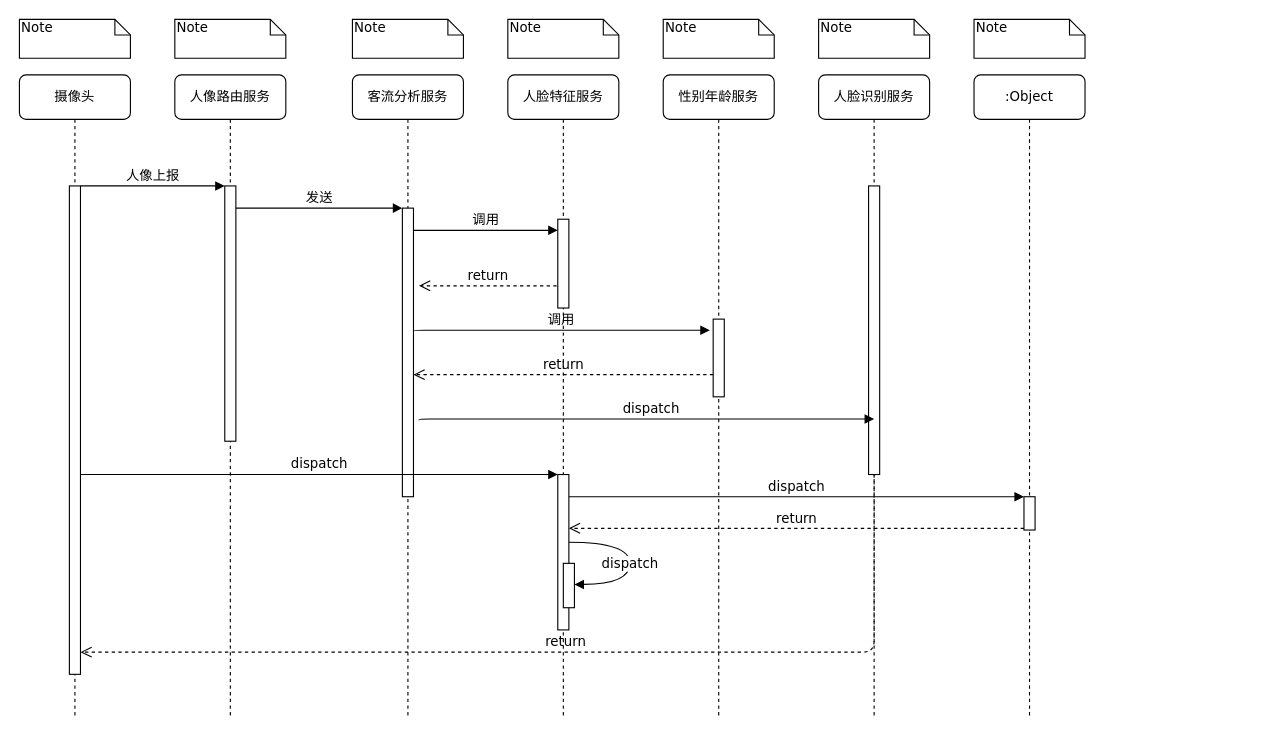
Before: page "客流分析" (1 of 3) of 客流分析.drawio in xiaoxinyi/draw-io, a draw.io diagram. Source tidied: cells renumbered, new cells numbered last; positions are measured from the earlier drawing's top-left corner, leaving out a move shared by most shapes. Both pictures are drawn from the tidied source at 111%, with x=0, y=0 at pixel (19, 19).
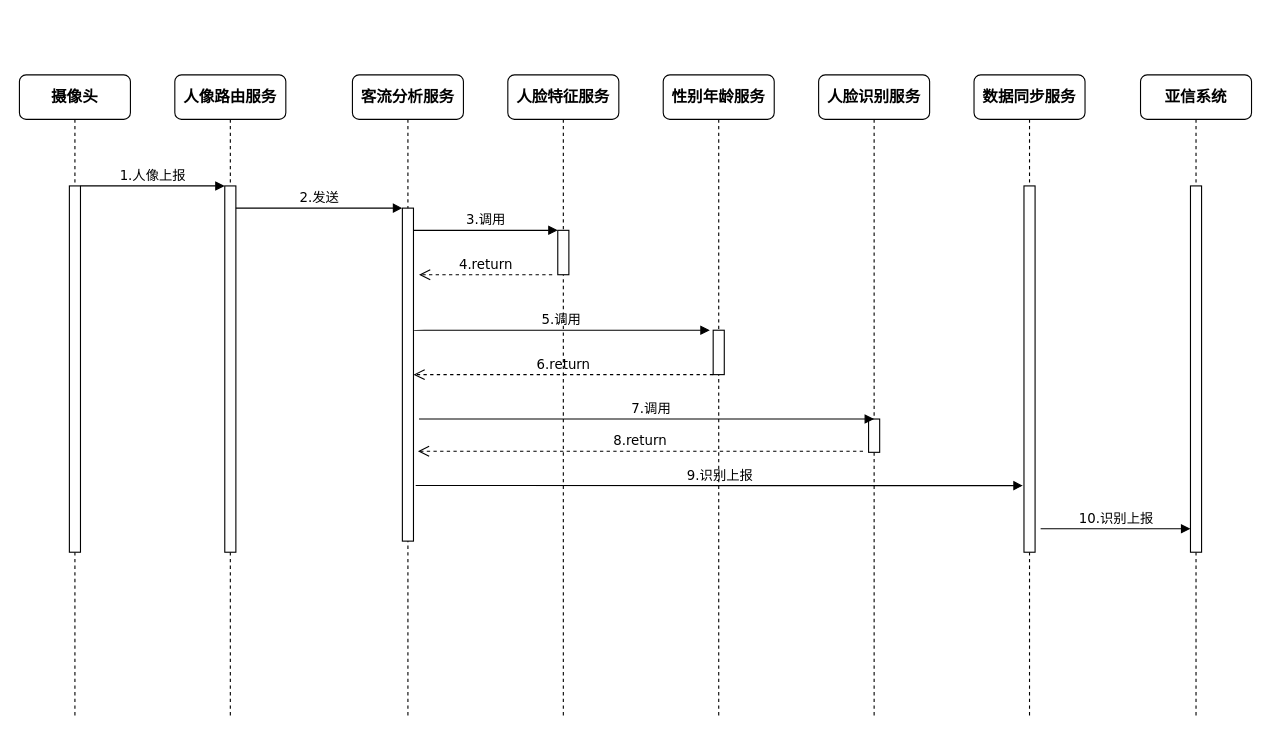
Above is the later version.

The edit, as a diff of the source:
```diff
@@
+    <mxCell id="37" value="&lt;font style=&quot;font-size: 14px&quot;&gt;&lt;b&gt;亚信系统&lt;/b&gt;&lt;/font&gt;" style="shape=umlLifeline;perimeter=lifelinePerimeter;whiteSpace=wrap;html=1;rounded=1;shadow=0;comic=0;labelBackgroundColor=none;strokeColor=#000000;strokeWidth=1;fillColor=#FFFFFF;fontFamily=Verdana;fontSize=12;fontColor=#000000;align=center;" parent="1" vertex="1">
+      <mxGeometry x="1010" y="50" width="100" height="580" as="geometry" />
+    </mxCell>
-    <mxCell id="2" value="人像路由服务" style="shape=umlLifeline;perimeter=lifelinePerimeter;whiteSpace=wrap;html=1;rounded=1;shadow=0;comic=0;labelBackgroundColor=none;strokeColor=#000000;strokeWidth=1;fillColor=#FFFFFF;fontFamily=Verdana;fontSize=12;fontColor=#000000;align=center;" parent="1" vertex="1">
+    <mxCell id="2" value="&lt;b&gt;&lt;font style=&quot;font-size: 14px&quot;&gt;人像路由服务&lt;/font&gt;&lt;/b&gt;" style="shape=umlLifeline;perimeter=lifelinePerimeter;whiteSpace=wrap;html=1;rounded=1;shadow=0;comic=0;labelBackgroundColor=none;strokeColor=#000000;strokeWidth=1;fillColor=#FFFFFF;fontFamily=Verdana;fontSize=12;fontColor=#000000;align=center;" parent="1" vertex="1">
       <mxGeometry x="140" y="50" width="100" height="580" as="geometry" />
     </mxCell>
     <mxCell id="3" style="html=1;points=[];perimeter=orthogonalPerimeter;rounded=0;shadow=0;comic=0;labelBackgroundColor=none;strokeColor=#000000;strokeWidth=1;fillColor=#FFFFFF;fontFamily=Verdana;fontSize=12;fontColor=#000000;align=center;" parent="2" vertex="1">
-      <mxGeometry x="45" y="100" width="10" height="230" as="geometry" />
+      <mxGeometry x="45" y="100" width="10" height="330" as="geometry" />
     </mxCell>
-    <mxCell id="4" value="客流分析服务" style="shape=umlLifeline;perimeter=lifelinePerimeter;whiteSpace=wrap;html=1;rounded=1;shadow=0;comic=0;labelBackgroundColor=none;strokeColor=#000000;strokeWidth=1;fillColor=#FFFFFF;fontFamily=Verdana;fontSize=12;fontColor=#000000;align=center;" parent="1" vertex="1">
+    <mxCell id="4" value="&lt;b&gt;&lt;font style=&quot;font-size: 14px&quot;&gt;客流分析服务&lt;/font&gt;&lt;/b&gt;" style="shape=umlLifeline;perimeter=lifelinePerimeter;whiteSpace=wrap;html=1;rounded=1;shadow=0;comic=0;labelBackgroundColor=none;strokeColor=#000000;strokeWidth=1;fillColor=#FFFFFF;fontFamily=Verdana;fontSize=12;fontColor=#000000;align=center;" parent="1" vertex="1">
       <mxGeometry x="300" y="50" width="100" height="580" as="geometry" />
     </mxCell>
     <mxCell id="5" style="html=1;points=[];perimeter=orthogonalPerimeter;rounded=0;shadow=0;comic=0;labelBackgroundColor=none;strokeColor=#000000;strokeWidth=1;fillColor=#FFFFFF;fontFamily=Verdana;fontSize=12;fontColor=#000000;align=center;" parent="4" vertex="1">
-      <mxGeometry x="45" y="120" width="10" height="260" as="geometry" />
+      <mxGeometry x="45" y="120" width="10" height="300" as="geometry" />
     </mxCell>
-    <mxCell id="6" value="人脸特征服务" style="shape=umlLifeline;perimeter=lifelinePerimeter;whiteSpace=wrap;html=1;rounded=1;shadow=0;comic=0;labelBackgroundColor=none;strokeColor=#000000;strokeWidth=1;fillColor=#FFFFFF;fontFamily=Verdana;fontSize=12;fontColor=#000000;align=center;" parent="1" vertex="1">
+    <mxCell id="6" value="&lt;b&gt;&lt;font style=&quot;font-size: 14px&quot;&gt;人脸特征服务&lt;/font&gt;&lt;/b&gt;" style="shape=umlLifeline;perimeter=lifelinePerimeter;whiteSpace=wrap;html=1;rounded=1;shadow=0;comic=0;labelBackgroundColor=none;strokeColor=#000000;strokeWidth=1;fillColor=#FFFFFF;fontFamily=Verdana;fontSize=12;fontColor=#000000;align=center;" parent="1" vertex="1">
       <mxGeometry x="440" y="50" width="100" height="580" as="geometry" />
     </mxCell>
-    <mxCell id="7" value="性别年龄服务" style="shape=umlLifeline;perimeter=lifelinePerimeter;whiteSpace=wrap;html=1;rounded=1;shadow=0;comic=0;labelBackgroundColor=none;strokeColor=#000000;strokeWidth=1;fillColor=#FFFFFF;fontFamily=Verdana;fontSize=12;fontColor=#000000;align=center;" parent="1" vertex="1">
+    <mxCell id="7" value="&lt;b&gt;&lt;font style=&quot;font-size: 14px&quot;&gt;性别年龄服务&lt;/font&gt;&lt;/b&gt;" style="shape=umlLifeline;perimeter=lifelinePerimeter;whiteSpace=wrap;html=1;rounded=1;shadow=0;comic=0;labelBackgroundColor=none;strokeColor=#000000;strokeWidth=1;fillColor=#FFFFFF;fontFamily=Verdana;fontSize=12;fontColor=#000000;align=center;" parent="1" vertex="1">
       <mxGeometry x="580" y="50" width="100" height="580" as="geometry" />
     </mxCell>
     <mxCell id="8" style="html=1;points=[];perimeter=orthogonalPerimeter;rounded=0;shadow=0;comic=0;labelBackgroundColor=none;strokeColor=#000000;strokeWidth=1;fillColor=#FFFFFF;fontFamily=Verdana;fontSize=12;fontColor=#000000;align=center;" parent="7" vertex="1">
-      <mxGeometry x="45" y="220" width="10" height="70" as="geometry" />
+      <mxGeometry x="45" y="230" width="10" height="40" as="geometry" />
     </mxCell>
-    <mxCell id="9" value="人脸识别服务" style="shape=umlLifeline;perimeter=lifelinePerimeter;whiteSpace=wrap;html=1;rounded=1;shadow=0;comic=0;labelBackgroundColor=none;strokeColor=#000000;strokeWidth=1;fillColor=#FFFFFF;fontFamily=Verdana;fontSize=12;fontColor=#000000;align=center;" parent="1" vertex="1">
+    <mxCell id="9" value="&lt;b&gt;&lt;font style=&quot;font-size: 14px&quot;&gt;人脸识别服务&lt;/font&gt;&lt;/b&gt;" style="shape=umlLifeline;perimeter=lifelinePerimeter;whiteSpace=wrap;html=1;rounded=1;shadow=0;comic=0;labelBackgroundColor=none;strokeColor=#000000;strokeWidth=1;fillColor=#FFFFFF;fontFamily=Verdana;fontSize=12;fontColor=#000000;align=center;" parent="1" vertex="1">
       <mxGeometry x="720" y="50" width="100" height="580" as="geometry" />
     </mxCell>
     <mxCell id="10" style="html=1;points=[];perimeter=orthogonalPerimeter;rounded=0;shadow=0;comic=0;labelBackgroundColor=none;strokeColor=#000000;strokeWidth=1;fillColor=#FFFFFF;fontFamily=Verdana;fontSize=12;fontColor=#000000;align=center;" parent="9" vertex="1">
-      <mxGeometry x="45" y="100" width="10" height="260" as="geometry" />
+      <mxGeometry x="45" y="310" width="10" height="30" as="geometry" />
     </mxCell>
-    <mxCell id="11" value=":Object" style="shape=umlLifeline;perimeter=lifelinePerimeter;whiteSpace=wrap;html=1;rounded=1;shadow=0;comic=0;labelBackgroundColor=none;strokeColor=#000000;strokeWidth=1;fillColor=#FFFFFF;fontFamily=Verdana;fontSize=12;fontColor=#000000;align=center;" parent="1" vertex="1">
+    <mxCell id="11" value="&lt;b&gt;&lt;font style=&quot;font-size: 14px&quot;&gt;数据同步服务&lt;/font&gt;&lt;/b&gt;" style="shape=umlLifeline;perimeter=lifelinePerimeter;whiteSpace=wrap;html=1;rounded=1;shadow=0;comic=0;labelBackgroundColor=none;strokeColor=#000000;strokeWidth=1;fillColor=#FFFFFF;fontFamily=Verdana;fontSize=12;fontColor=#000000;align=center;" parent="1" vertex="1">
       <mxGeometry x="860" y="50" width="100" height="580" as="geometry" />
     </mxCell>
-    <mxCell id="12" value="摄像头" style="shape=umlLifeline;perimeter=lifelinePerimeter;whiteSpace=wrap;html=1;rounded=1;shadow=0;comic=0;labelBackgroundColor=none;strokeColor=#000000;strokeWidth=1;fillColor=#FFFFFF;fontFamily=Verdana;fontSize=12;fontColor=#000000;align=center;" parent="1" vertex="1">
+    <mxCell id="12" value="&lt;b&gt;&lt;font style=&quot;font-size: 14px&quot;&gt;摄像头&lt;/font&gt;&lt;/b&gt;" style="shape=umlLifeline;perimeter=lifelinePerimeter;whiteSpace=wrap;html=1;rounded=1;shadow=0;comic=0;labelBackgroundColor=none;strokeColor=#000000;strokeWidth=1;fillColor=#FFFFFF;fontFamily=Verdana;fontSize=12;fontColor=#000000;align=center;" parent="1" vertex="1">
       <mxGeometry y="50" width="100" height="580" as="geometry" />
     </mxCell>
     <mxCell id="13" style="html=1;points=[];perimeter=orthogonalPerimeter;rounded=0;shadow=0;comic=0;labelBackgroundColor=none;strokeColor=#000000;strokeWidth=1;fillColor=#FFFFFF;fontFamily=Verdana;fontSize=12;fontColor=#000000;align=center;" parent="12" vertex="1">
-      <mxGeometry x="45" y="100" width="10" height="440" as="geometry" />
+      <mxGeometry x="45" y="100" width="10" height="330" as="geometry" />
     </mxCell>
     <mxCell id="14" style="html=1;points=[];perimeter=orthogonalPerimeter;rounded=0;shadow=0;comic=0;labelBackgroundColor=none;strokeColor=#000000;strokeWidth=1;fillColor=#FFFFFF;fontFamily=Verdana;fontSize=12;fontColor=#000000;align=center;" parent="1" vertex="1">
-      <mxGeometry x="485" y="180" width="10" height="80" as="geometry" />
+      <mxGeometry x="485" y="190" width="10" height="40" as="geometry" />
     </mxCell>
-    <mxCell id="15" value="调用" style="html=1;verticalAlign=bottom;endArrow=block;labelBackgroundColor=none;fontFamily=Verdana;fontSize=12;edgeStyle=elbowEdgeStyle;elbow=vertical;" parent="1" edge="1" source="5" target="14">
+    <mxCell id="15" value="3.调用" style="html=1;verticalAlign=bottom;endArrow=block;labelBackgroundColor=none;fontFamily=Verdana;fontSize=12;edgeStyle=elbowEdgeStyle;elbow=vertical;" parent="1" edge="1" source="5" target="14">
       <mxGeometry relative="1" as="geometry">
         <Array as="points">
           <mxPoint x="360" y="190" />
         </Array>
       </mxGeometry>
     </mxCell>
-    <mxCell id="16" value="调用" style="html=1;verticalAlign=bottom;endArrow=block;labelBackgroundColor=none;fontFamily=Verdana;fontSize=12;edgeStyle=elbowEdgeStyle;elbow=vertical;" parent="1" edge="1">
+    <mxCell id="16" value="5.调用" style="html=1;verticalAlign=bottom;endArrow=block;labelBackgroundColor=none;fontFamily=Verdana;fontSize=12;edgeStyle=elbowEdgeStyle;elbow=vertical;" parent="1" edge="1">
       <mxGeometry relative="1" as="geometry">
         <mxPoint x="355" y="281" as="sourcePoint" />
         <mxPoint x="622" y="280" as="targetPoint" />
         <Array as="points">
           <mxPoint x="630" y="280" />
         </Array>
       </mxGeometry>
     </mxCell>
-    <mxCell id="17" value="return" style="html=1;verticalAlign=bottom;endArrow=open;dashed=1;endSize=8;labelBackgroundColor=none;fontFamily=Verdana;fontSize=12;edgeStyle=elbowEdgeStyle;elbow=vertical;" parent="1" edge="1" source="8" target="5">
+    <mxCell id="17" value="6.return" style="html=1;verticalAlign=bottom;endArrow=open;dashed=1;endSize=8;labelBackgroundColor=none;fontFamily=Verdana;fontSize=12;edgeStyle=elbowEdgeStyle;elbow=vertical;" parent="1" edge="1" source="8" target="5">
       <mxGeometry relative="1" as="geometry">
         <Array as="points">
           <mxPoint x="540" y="320" />
           <mxPoint x="600" y="230" />
         </Array>
       </mxGeometry>
     </mxCell>
-    <mxCell id="18" style="html=1;points=[];perimeter=orthogonalPerimeter;rounded=0;shadow=0;comic=0;labelBackgroundColor=none;strokeColor=#000000;strokeWidth=1;fillColor=#FFFFFF;fontFamily=Verdana;fontSize=12;fontColor=#000000;align=center;" parent="1" vertex="1">
-      <mxGeometry x="485" y="410" width="10" height="140" as="geometry" />
-    </mxCell>
-    <mxCell id="19" value="dispatch" style="html=1;verticalAlign=bottom;endArrow=block;entryX=0;entryY=0;labelBackgroundColor=none;fontFamily=Verdana;fontSize=12;" parent="1" edge="1" source="13" target="18">
-      <mxGeometry relative="1" as="geometry" />
-    </mxCell>
     <mxCell id="20" style="html=1;points=[];perimeter=orthogonalPerimeter;rounded=0;shadow=0;comic=0;labelBackgroundColor=none;strokeColor=#000000;strokeWidth=1;fillColor=#FFFFFF;fontFamily=Verdana;fontSize=12;fontColor=#000000;align=center;" parent="1" vertex="1">
-      <mxGeometry x="905" y="430" width="10" height="30" as="geometry" />
+      <mxGeometry x="905" y="150" width="10" height="330" as="geometry" />
     </mxCell>
-    <mxCell id="21" value="dispatch" style="html=1;verticalAlign=bottom;endArrow=block;entryX=0;entryY=0;labelBackgroundColor=none;fontFamily=Verdana;fontSize=12;" parent="1" edge="1" source="18" target="20">
-      <mxGeometry relative="1" as="geometry" />
+    <mxCell id="21" value="9.识别上报" style="html=1;verticalAlign=bottom;endArrow=block;labelBackgroundColor=none;fontFamily=Verdana;fontSize=12;exitX=1.2;exitY=0.833;exitDx=0;exitDy=0;exitPerimeter=0;" parent="1" edge="1" source="5">
+      <mxGeometry relative="1" as="geometry">
+        <mxPoint x="904" y="420" as="targetPoint" />
+      </mxGeometry>
     </mxCell>
-    <mxCell id="22" value="return" style="html=1;verticalAlign=bottom;endArrow=open;dashed=1;endSize=8;exitX=0;exitY=0.95;labelBackgroundColor=none;fontFamily=Verdana;fontSize=12;" parent="1" edge="1" source="20" target="18">
-      <mxGeometry relative="1" as="geometry" />
+    <mxCell id="22" value="8.return" style="html=1;verticalAlign=bottom;endArrow=open;dashed=1;endSize=8;labelBackgroundColor=none;fontFamily=Verdana;fontSize=12;entryX=1.4;entryY=0.73;entryDx=0;entryDy=0;entryPerimeter=0;" parent="1" edge="1" target="5">
+      <mxGeometry relative="1" as="geometry">
+        <mxPoint x="760" y="389" as="sourcePoint" />
+      </mxGeometry>
     </mxCell>
-    <mxCell id="23" value="dispatch" style="html=1;verticalAlign=bottom;endArrow=block;labelBackgroundColor=none;fontFamily=Verdana;fontSize=12;edgeStyle=elbowEdgeStyle;elbow=vertical;exitX=1.5;exitY=0.735;exitDx=0;exitDy=0;exitPerimeter=0;" parent="1" edge="1" source="5">
+    <mxCell id="23" value="7.调用" style="html=1;verticalAlign=bottom;endArrow=block;labelBackgroundColor=none;fontFamily=Verdana;fontSize=12;edgeStyle=elbowEdgeStyle;elbow=vertical;" parent="1" edge="1">
       <mxGeometry x="0.85" y="-170" relative="1" as="geometry">
+        <mxPoint x="360" y="360" as="sourcePoint" />
         <mxPoint x="770" y="360" as="targetPoint" />
         <Array as="points">
-          <mxPoint x="740" y="360" />
+          <mxPoint x="410" y="360" />
         </Array>
         <mxPoint x="-170" y="-170" as="offset" />
       </mxGeometry>
     </mxCell>
-    <mxCell id="24" value="return" style="html=1;verticalAlign=bottom;endArrow=open;dashed=1;endSize=8;labelBackgroundColor=none;fontFamily=Verdana;fontSize=12;edgeStyle=elbowEdgeStyle;elbow=vertical;" parent="1" edge="1" source="10" target="13">
-      <mxGeometry relative="1" as="geometry">
-        <Array as="points">
-          <mxPoint x="470" y="570" />
-        </Array>
-      </mxGeometry>
-    </mxCell>
-    <mxCell id="25" value="人像上报" style="html=1;verticalAlign=bottom;endArrow=block;entryX=0;entryY=0;labelBackgroundColor=none;fontFamily=Verdana;fontSize=12;edgeStyle=elbowEdgeStyle;elbow=vertical;" parent="1" edge="1" source="13" target="3">
+    <mxCell id="25" value="1.人像上报" style="html=1;verticalAlign=bottom;endArrow=block;entryX=0;entryY=0;labelBackgroundColor=none;fontFamily=Verdana;fontSize=12;edgeStyle=elbowEdgeStyle;elbow=vertical;" parent="1" edge="1" source="13" target="3">
       <mxGeometry relative="1" as="geometry" />
     </mxCell>
-    <mxCell id="26" value="发送" style="html=1;verticalAlign=bottom;endArrow=block;entryX=0;entryY=0;labelBackgroundColor=none;fontFamily=Verdana;fontSize=12;edgeStyle=elbowEdgeStyle;elbow=vertical;" parent="1" edge="1" source="3" target="5">
+    <mxCell id="26" value="2.发送" style="html=1;verticalAlign=bottom;endArrow=block;entryX=0;entryY=0;labelBackgroundColor=none;fontFamily=Verdana;fontSize=12;edgeStyle=elbowEdgeStyle;elbow=vertical;" parent="1" edge="1" source="3" target="5">
       <mxGeometry relative="1" as="geometry" />
     </mxCell>
-    <mxCell id="27" style="html=1;perimeter=orthogonalPerimeter;rounded=0;shadow=0;comic=0;labelBackgroundColor=none;strokeColor=#000000;strokeWidth=1;fillColor=#FFFFFF;fontFamily=Verdana;fontSize=12;fontColor=#000000;align=center;" parent="1" vertex="1">
-      <mxGeometry x="490" y="490" width="10" height="40" as="geometry" />
-    </mxCell>
-    <mxCell id="28" value="dispatch" style="html=1;verticalAlign=bottom;endArrow=block;labelBackgroundColor=#ffffff;fontFamily=Verdana;fontSize=12;elbow=vertical;edgeStyle=orthogonalEdgeStyle;curved=1;entryX=1;entryY=0.286;entryPerimeter=0;exitX=1.038;exitY=0.345;exitPerimeter=0;" parent="1" edge="1">
-      <mxGeometry x="0.17" relative="1" as="geometry">
-        <mxPoint x="495" y="471" as="sourcePoint" />
-        <mxPoint x="500" y="509" as="targetPoint" />
-        <Array as="points">
-          <mxPoint x="550" y="471" />
-          <mxPoint x="550" y="509" />
-        </Array>
-      </mxGeometry>
-    </mxCell>
-    <mxCell id="29" value="Note" style="shape=note;whiteSpace=wrap;html=1;size=14;verticalAlign=top;align=left;spacingTop=-6;rounded=0;shadow=0;comic=0;labelBackgroundColor=none;strokeColor=#000000;strokeWidth=1;fillColor=#FFFFFF;fontFamily=Verdana;fontSize=12;fontColor=#000000;" parent="1" vertex="1">
-      <mxGeometry width="100" height="35" as="geometry" />
-    </mxCell>
-    <mxCell id="30" value="Note" style="shape=note;whiteSpace=wrap;html=1;size=14;verticalAlign=top;align=left;spacingTop=-6;rounded=0;shadow=0;comic=0;labelBackgroundColor=none;strokeColor=#000000;strokeWidth=1;fillColor=#FFFFFF;fontFamily=Verdana;fontSize=12;fontColor=#000000;" parent="1" vertex="1">
-      <mxGeometry x="140" width="100" height="35" as="geometry" />
-    </mxCell>
-    <mxCell id="31" value="Note" style="shape=note;whiteSpace=wrap;html=1;size=14;verticalAlign=top;align=left;spacingTop=-6;rounded=0;shadow=0;comic=0;labelBackgroundColor=none;strokeColor=#000000;strokeWidth=1;fillColor=#FFFFFF;fontFamily=Verdana;fontSize=12;fontColor=#000000;" parent="1" vertex="1">
-      <mxGeometry x="300" width="100" height="35" as="geometry" />
-    </mxCell>
-    <mxCell id="32" value="Note" style="shape=note;whiteSpace=wrap;html=1;size=14;verticalAlign=top;align=left;spacingTop=-6;rounded=0;shadow=0;comic=0;labelBackgroundColor=none;strokeColor=#000000;strokeWidth=1;fillColor=#FFFFFF;fontFamily=Verdana;fontSize=12;fontColor=#000000;" parent="1" vertex="1">
-      <mxGeometry x="440" width="100" height="35" as="geometry" />
-    </mxCell>
-    <mxCell id="33" value="Note" style="shape=note;whiteSpace=wrap;html=1;size=14;verticalAlign=top;align=left;spacingTop=-6;rounded=0;shadow=0;comic=0;labelBackgroundColor=none;strokeColor=#000000;strokeWidth=1;fillColor=#FFFFFF;fontFamily=Verdana;fontSize=12;fontColor=#000000;" parent="1" vertex="1">
-      <mxGeometry x="580" width="100" height="35" as="geometry" />
-    </mxCell>
-    <mxCell id="34" value="Note" style="shape=note;whiteSpace=wrap;html=1;size=14;verticalAlign=top;align=left;spacingTop=-6;rounded=0;shadow=0;comic=0;labelBackgroundColor=none;strokeColor=#000000;strokeWidth=1;fillColor=#FFFFFF;fontFamily=Verdana;fontSize=12;fontColor=#000000;" parent="1" vertex="1">
-      <mxGeometry x="720" width="100" height="35" as="geometry" />
-    </mxCell>
-    <mxCell id="35" value="Note" style="shape=note;whiteSpace=wrap;html=1;size=14;verticalAlign=top;align=left;spacingTop=-6;rounded=0;shadow=0;comic=0;labelBackgroundColor=none;strokeColor=#000000;strokeWidth=1;fillColor=#FFFFFF;fontFamily=Verdana;fontSize=12;fontColor=#000000;" parent="1" vertex="1">
-      <mxGeometry x="860" width="100" height="35" as="geometry" />
-    </mxCell>
-    <mxCell id="36" value="return" style="html=1;verticalAlign=bottom;endArrow=open;dashed=1;endSize=8;labelBackgroundColor=none;fontFamily=Verdana;fontSize=12;edgeStyle=elbowEdgeStyle;elbow=vertical;exitX=-0.1;exitY=0.75;exitDx=0;exitDy=0;exitPerimeter=0;" parent="1" edge="1" source="14">
+    <mxCell id="36" value="4.return" style="html=1;verticalAlign=bottom;endArrow=open;dashed=1;endSize=8;labelBackgroundColor=none;fontFamily=Verdana;fontSize=12;edgeStyle=elbowEdgeStyle;elbow=vertical;" parent="1" edge="1">
       <mxGeometry relative="1" as="geometry">
-        <mxPoint x="360" y="240" as="targetPoint" />
+        <mxPoint x="480" y="230" as="sourcePoint" />
+        <mxPoint x="360" y="230" as="targetPoint" />
       </mxGeometry>
     </mxCell>
+    <mxCell id="38" style="html=1;points=[];perimeter=orthogonalPerimeter;rounded=0;shadow=0;comic=0;labelBackgroundColor=none;strokeColor=#000000;strokeWidth=1;fillColor=#FFFFFF;fontFamily=Verdana;fontSize=12;fontColor=#000000;align=center;" parent="1" vertex="1">
+      <mxGeometry x="1055" y="150" width="10" height="330" as="geometry" />
+    </mxCell>
+    <mxCell id="39" value="10.识别上报" style="html=1;verticalAlign=bottom;endArrow=block;labelBackgroundColor=none;fontFamily=Verdana;fontSize=12;exitX=1.5;exitY=0.936;exitDx=0;exitDy=0;exitPerimeter=0;entryX=0;entryY=0.936;entryDx=0;entryDy=0;entryPerimeter=0;" parent="1" edge="1" source="20" target="38">
+      <mxGeometry relative="1" as="geometry" />
+    </mxCell>
```
